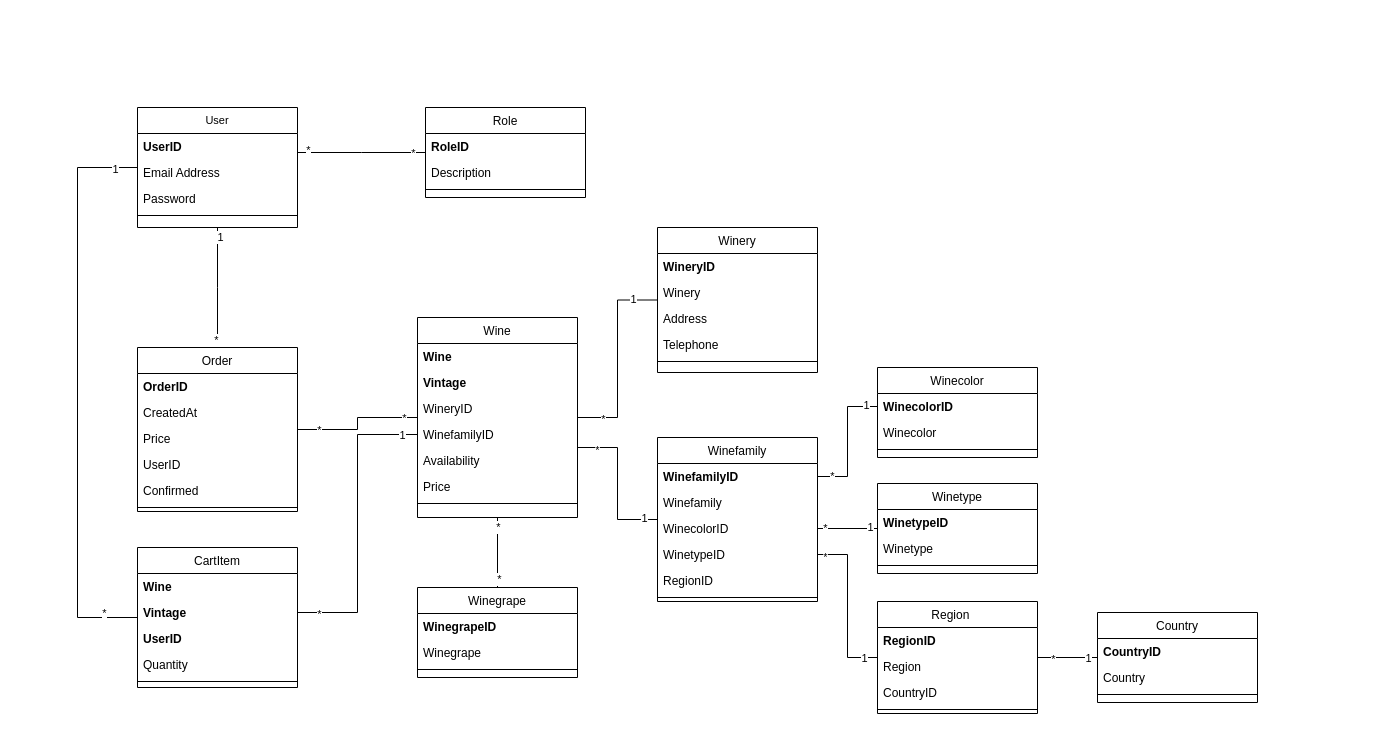
This is Docs/Requirements Analysis/Diagrams/Class Diagrams/Winer.ClassDiagram.drawio from Gprisco/winer-unisa, a draw.io file, before an edit. Source tidied: cells renumbered, new cells numbered last; positions are measured from the earlier drawing's top-left corner, leaving out a move shared by most shapes. Both pictures are drawn from the tidied source at 100%, with x=0, y=0 at pixel (77, 107).
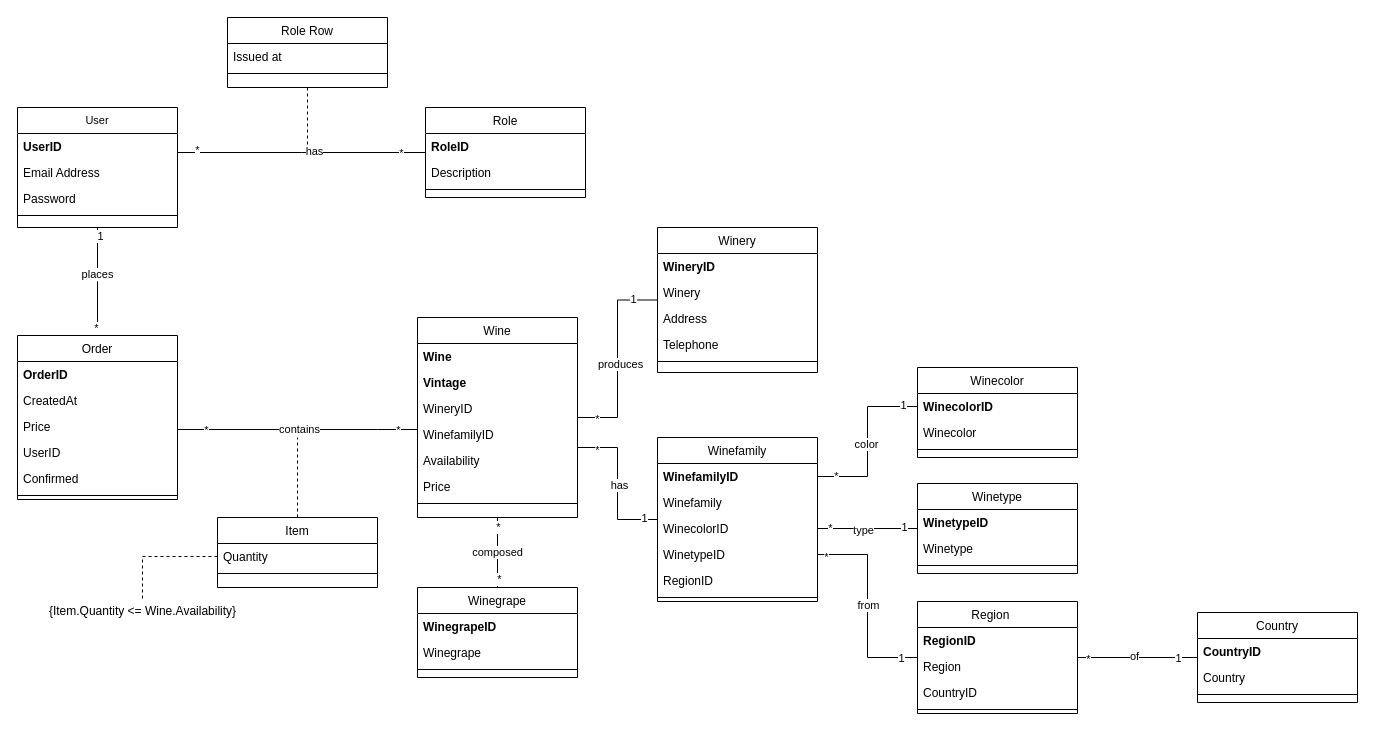
The same page after the edit.

Unchanged cells that the change refers to:
```xml
<mxCell id="27" style="endArrow=none;shadow=0;strokeWidth=1;rounded=0;endFill=0;edgeStyle=elbowEdgeStyle;elbow=vertical;" parent="1" edge="1" source="5" target="23">
  <mxGeometry x="0.5" y="41" relative="1" as="geometry">
    <mxPoint x="-40" y="32" as="offset" />
  </mxGeometry>
</mxCell>
<mxCell id="30" style="edgeStyle=orthogonalEdgeStyle;rounded=0;jettySize=auto;html=1;fontSize=11;endArrow=none;endFill=0;" parent="1" edge="1" source="39" target="47">
  <mxGeometry relative="1" as="geometry" />
</mxCell>
<mxCell id="33" style="edgeStyle=orthogonalEdgeStyle;rounded=0;jettySize=auto;html=1;fontSize=11;endArrow=none;endFill=0;" parent="1" edge="1" source="39" target="53">
  <mxGeometry relative="1" as="geometry">
    <Array as="points">
      <mxPoint x="540" y="340" />
      <mxPoint x="540" y="412" />
    </Array>
  </mxGeometry>
</mxCell>
<mxCell id="36" style="edgeStyle=orthogonalEdgeStyle;rounded=0;jettySize=auto;html=1;fontSize=11;endArrow=none;endFill=0;" parent="1" edge="1" source="39" target="60">
  <mxGeometry relative="1" as="geometry" />
</mxCell>
<mxCell id="39" value="Wine" style="swimlane;fontStyle=0;align=center;verticalAlign=top;horizontal=1;startSize=26;rounded=0;shadow=0;strokeWidth=1;" parent="1" vertex="1">
  <mxGeometry x="340" y="210" width="160" height="200" as="geometry" />
</mxCell>
<mxCell id="43" value="WinefamilyID" style="text;align=left;verticalAlign=top;spacingLeft=4;spacingRight=4;overflow=hidden;points=[[0,0.5],[1,0.5]];portConstraint=eastwest;rounded=0;shadow=0;html=0;" parent="39" vertex="1">
  <mxGeometry y="104" width="160" height="26" as="geometry" />
</mxCell>
<mxCell id="72" style="edgeStyle=orthogonalEdgeStyle;rounded=0;jettySize=auto;html=1;fontSize=11;endArrow=none;endFill=0;" parent="1" edge="1" source="75" target="89">
  <mxGeometry relative="1" as="geometry" />
</mxCell>
<mxCell id="80" style="edgeStyle=orthogonalEdgeStyle;rounded=0;jettySize=auto;html=1;fontSize=11;endArrow=none;endFill=0;entryX=0;entryY=0.5;entryDx=0;entryDy=0;exitX=1;exitY=0.5;exitDx=0;exitDy=0;" parent="1" edge="1" source="54" target="65">
  <mxGeometry relative="1" as="geometry" />
</mxCell>
<mxCell id="83" style="edgeStyle=orthogonalEdgeStyle;rounded=0;jettySize=auto;html=1;fontSize=11;endArrow=none;endFill=0;" parent="1" edge="1" source="56" target="68">
  <mxGeometry relative="1" as="geometry" />
</mxCell>
<mxCell id="86" style="edgeStyle=orthogonalEdgeStyle;rounded=0;jettySize=auto;html=1;entryX=0;entryY=0.5;entryDx=0;entryDy=0;fontSize=11;endArrow=none;endFill=0;" parent="1" edge="1" source="57" target="75">
  <mxGeometry relative="1" as="geometry" />
</mxCell>
```

The edit, as a diff of the source:
```diff
@@
-    <mxCell id="2" style="edgeStyle=orthogonalEdgeStyle;rounded=0;jettySize=auto;html=1;entryX=0;entryY=0.5;entryDx=0;entryDy=0;endArrow=none;endFill=0;" parent="1" edge="1" source="5" target="93">
-      <mxGeometry relative="1" as="geometry">
-        <Array as="points">
-          <mxPoint y="60" />
-          <mxPoint y="510" />
-        </Array>
-      </mxGeometry>
-    </mxCell>
-    <mxCell id="3" value="1" style="edgeLabel;html=1;align=center;verticalAlign=middle;" parent="2" vertex="1">
-      <mxGeometry x="-0.92" y="1" relative="1" as="geometry" />
-    </mxCell>
-    <mxCell id="4" value="*" style="edgeLabel;html=1;align=center;verticalAlign=middle;" parent="2" vertex="1">
-      <mxGeometry x="0.88" y="5" relative="1" as="geometry" />
-    </mxCell>
     <mxCell id="5" value="User" style="swimlane;fontStyle=0;align=center;verticalAlign=top;horizontal=1;startSize=26;rounded=0;shadow=0;strokeWidth=1;fontSize=11;" parent="1" vertex="1">
-      <mxGeometry x="60" width="160" height="120" as="geometry" />
+      <mxGeometry x="-60" width="160" height="120" as="geometry" />
     </mxCell>
@@
     <mxCell id="10" style="edgeStyle=orthogonalEdgeStyle;rounded=0;jettySize=auto;html=1;fontSize=11;endArrow=none;endFill=0;" parent="1" edge="1" source="13" target="39">
-      <mxGeometry relative="1" as="geometry" />
+      <mxGeometry relative="1" as="geometry">
+        <Array as="points">
+          <mxPoint x="300" y="322" />
+          <mxPoint x="300" y="322" />
+        </Array>
+      </mxGeometry>
     </mxCell>
@@
+    <mxCell id="102" value="contains" style="edgeLabel;html=1;align=center;verticalAlign=middle;" parent="10" vertex="1">
+      <mxGeometry x="0.23" y="1" relative="1" as="geometry">
+        <mxPoint x="-27" as="offset" />
+      </mxGeometry>
+    </mxCell>
     <mxCell id="13" value="Order" style="swimlane;fontStyle=0;align=center;verticalAlign=top;horizontal=1;startSize=26;rounded=0;shadow=0;strokeWidth=1;" parent="1" vertex="1">
-      <mxGeometry x="60" y="240" width="160" height="164" as="geometry" />
+      <mxGeometry x="-60" y="228" width="160" height="164" as="geometry" />
     </mxCell>
@@
-    <mxCell id="20" style="endArrow=none;endSize=10;endFill=0;shadow=0;strokeWidth=1;rounded=0;edgeStyle=elbowEdgeStyle;elbow=vertical;" parent="1" edge="1" source="13" target="5">
+    <mxCell id="20" style="endArrow=none;endSize=10;endFill=0;shadow=0;strokeWidth=1;rounded=0;edgeStyle=elbowEdgeStyle;elbow=horizontal;" parent="1" edge="1" source="13" target="5">
       <mxGeometry relative="1" as="geometry" />
     </mxCell>
@@
+    <mxCell id="103" value="places" style="edgeLabel;html=1;align=center;verticalAlign=middle;" parent="20" vertex="1">
+      <mxGeometry x="0.15" y="1" relative="1" as="geometry" />
+    </mxCell>
@@
+    <mxCell id="104" value="has" style="edgeLabel;html=1;align=center;verticalAlign=middle;" parent="27" vertex="1">
+      <mxGeometry x="0.27" y="2" relative="1" as="geometry">
+        <mxPoint x="-21" as="offset" />
+      </mxGeometry>
+    </mxCell>
@@
     <mxCell id="31" value="*" style="edgeLabel;html=1;align=center;verticalAlign=middle;fontSize=11;" parent="30" vertex="1">
-      <mxGeometry x="-0.75" y="-1" relative="1" as="geometry" />
+      <mxGeometry x="-0.75" y="-1" relative="1" as="geometry">
+        <mxPoint x="-6" as="offset" />
+      </mxGeometry>
     </mxCell>
@@
+    <mxCell id="105" value="produces" style="edgeLabel;html=1;align=center;verticalAlign=middle;" parent="30" vertex="1">
+      <mxGeometry x="-0.05" y="-2" relative="1" as="geometry" />
+    </mxCell>
@@
+    <mxCell id="106" value="has" style="edgeLabel;html=1;align=center;verticalAlign=middle;" parent="33" vertex="1">
+      <mxGeometry x="0.01" y="1" relative="1" as="geometry" />
+    </mxCell>
@@
+    <mxCell id="107" value="composed" style="edgeLabel;html=1;align=center;verticalAlign=middle;" parent="36" vertex="1">
+      <mxGeometry x="-0.03" y="-1" relative="1" as="geometry" />
+    </mxCell>
@@
     <mxCell id="64" value="Winecolor" style="swimlane;fontStyle=0;align=center;verticalAlign=top;horizontal=1;startSize=26;rounded=0;shadow=0;strokeWidth=1;" parent="1" vertex="1">
-      <mxGeometry x="800" y="260" width="160" height="90" as="geometry" />
+      <mxGeometry x="840" y="260" width="160" height="90" as="geometry" />
     </mxCell>
@@
     <mxCell id="68" value="Winetype" style="swimlane;fontStyle=0;align=center;verticalAlign=top;horizontal=1;startSize=26;rounded=0;shadow=0;strokeWidth=1;" parent="1" vertex="1">
-      <mxGeometry x="800" y="376" width="160" height="90" as="geometry" />
+      <mxGeometry x="840" y="376" width="160" height="90" as="geometry" />
     </mxCell>
@@
     <mxCell id="73" value="*" style="edgeLabel;html=1;align=center;verticalAlign=middle;fontSize=11;" parent="72" vertex="1">
-      <mxGeometry x="-0.5" y="-1" relative="1" as="geometry" />
+      <mxGeometry x="-0.5" y="-1" relative="1" as="geometry">
+        <mxPoint x="-20" as="offset" />
+      </mxGeometry>
     </mxCell>
@@
+    <mxCell id="108" value="of" style="edgeLabel;html=1;align=center;verticalAlign=middle;" parent="72" vertex="1">
+      <mxGeometry x="-0.06" y="2" relative="1" as="geometry" />
+    </mxCell>
     <mxCell id="75" value="Region    " style="swimlane;fontStyle=0;align=center;verticalAlign=top;horizontal=1;startSize=26;rounded=0;shadow=0;strokeWidth=1;" parent="1" vertex="1">
-      <mxGeometry x="800" y="494" width="160" height="112" as="geometry" />
+      <mxGeometry x="840" y="494" width="160" height="112" as="geometry" />
     </mxCell>
@@
+    <mxCell id="109" value="color" style="edgeLabel;html=1;align=center;verticalAlign=middle;" parent="80" vertex="1">
+      <mxGeometry x="-0.02" y="2" relative="1" as="geometry" />
+    </mxCell>
@@
+    <mxCell id="110" value="type" style="edgeLabel;html=1;align=center;verticalAlign=middle;" parent="83" vertex="1">
+      <mxGeometry x="-0.1" y="-1" relative="1" as="geometry" />
+    </mxCell>
@@
+    <mxCell id="111" value="from" style="edgeLabel;html=1;align=center;verticalAlign=middle;" parent="86" vertex="1">
+      <mxGeometry x="-0.01" relative="1" as="geometry" />
+    </mxCell>
     <mxCell id="89" value="Country" style="swimlane;fontStyle=0;align=center;verticalAlign=top;horizontal=1;startSize=26;rounded=0;shadow=0;strokeWidth=1;" parent="1" vertex="1">
-      <mxGeometry x="1020" y="505" width="160" height="90" as="geometry" />
+      <mxGeometry x="1120" y="505" width="160" height="90" as="geometry" />
     </mxCell>
@@
-    <mxCell id="93" value="CartItem" style="swimlane;fontStyle=0;align=center;verticalAlign=top;horizontal=1;startSize=26;rounded=0;shadow=0;strokeWidth=1;" parent="1" vertex="1">
-      <mxGeometry x="60" y="440" width="160" height="140" as="geometry" />
-    </mxCell>
-    <mxCell id="94" value="Wine" style="text;align=left;verticalAlign=top;spacingLeft=4;spacingRight=4;overflow=hidden;fontStyle=1;" parent="93" vertex="1">
-      <mxGeometry y="26" width="160" height="26" as="geometry" />
-    </mxCell>
-    <mxCell id="95" value="Vintage" style="text;align=left;verticalAlign=top;spacingLeft=4;spacingRight=4;overflow=hidden;points=[[0,0.5],[1,0.5]];portConstraint=eastwest;rounded=0;shadow=0;html=0;fontStyle=1;" parent="93" vertex="1">
-      <mxGeometry y="52" width="160" height="26" as="geometry" />
-    </mxCell>
-    <mxCell id="96" value="UserID" style="text;align=left;verticalAlign=top;spacingLeft=4;spacingRight=4;overflow=hidden;rounded=0;shadow=0;html=0;fontStyle=1;" parent="93" vertex="1">
-      <mxGeometry y="78" width="160" height="26" as="geometry" />
-    </mxCell>
+    <mxCell id="112" style="edgeStyle=orthogonalEdgeStyle;rounded=0;jettySize=auto;html=1;endArrow=none;endFill=0;dashed=1;" parent="1" edge="1" source="113">
+      <mxGeometry relative="1" as="geometry">
+        <mxPoint x="230" y="40" as="targetPoint" />
+        <Array as="points">
+          <mxPoint x="230" y="40" />
+        </Array>
+      </mxGeometry>
+    </mxCell>
+    <mxCell id="113" value="Role Row" style="swimlane;fontStyle=0;align=center;verticalAlign=top;horizontal=1;startSize=26;rounded=0;shadow=0;strokeWidth=1;" parent="1" vertex="1">
+      <mxGeometry x="150" y="-90" width="160" height="70" as="geometry" />
+    </mxCell>
+    <mxCell id="114" value="Issued at" style="text;align=left;verticalAlign=top;spacingLeft=4;spacingRight=4;overflow=hidden;fontStyle=0;" parent="113" vertex="1">
+      <mxGeometry y="26" width="160" height="26" as="geometry" />
+    </mxCell>
+    <mxCell id="115" style="line;html=1;strokeWidth=1;align=left;verticalAlign=middle;spacingTop=-1;spacingLeft=3;spacingRight=3;labelPosition=right;" parent="113" vertex="1">
+      <mxGeometry y="52" width="160" height="8" as="geometry" />
+    </mxCell>
+    <mxCell id="116" style="edgeStyle=orthogonalEdgeStyle;rounded=0;jettySize=auto;html=1;dashed=1;endArrow=none;endFill=0;" parent="1" edge="1" source="117">
+      <mxGeometry relative="1" as="geometry">
+        <mxPoint x="220" y="330" as="targetPoint" />
+      </mxGeometry>
+    </mxCell>
+    <mxCell id="117" value="Item" style="swimlane;fontStyle=0;align=center;verticalAlign=top;horizontal=1;startSize=26;rounded=0;shadow=0;strokeWidth=1;" parent="1" vertex="1">
+      <mxGeometry x="140" y="410" width="160" height="70" as="geometry" />
+    </mxCell>
-    <mxCell id="97" value="Quantity" style="text;align=left;verticalAlign=top;spacingLeft=4;spacingRight=4;overflow=hidden;points=[[0,0.5],[1,0.5]];portConstraint=eastwest;rounded=0;shadow=0;html=0;fontStyle=0;" parent="93" vertex="1">
-      <mxGeometry y="104" width="160" height="26" as="geometry" />
+    <mxCell id="97" value="Quantity" style="text;align=left;verticalAlign=top;spacingLeft=4;spacingRight=4;overflow=hidden;points=[[0,0.5],[1,0.5]];portConstraint=eastwest;fontStyle=0;" parent="117" vertex="1">
+      <mxGeometry y="26" width="160" height="26" as="geometry" />
     </mxCell>
-    <mxCell id="98" style="line;html=1;strokeWidth=1;align=left;verticalAlign=middle;spacingTop=-1;spacingLeft=3;spacingRight=3;labelPosition=right;" parent="93" vertex="1">
-      <mxGeometry y="130" width="160" height="8" as="geometry" />
-    </mxCell>
-    <mxCell id="99" style="edgeStyle=orthogonalEdgeStyle;rounded=0;jettySize=auto;html=1;endArrow=none;endFill=0;entryX=1;entryY=0.5;entryDx=0;entryDy=0;" parent="1" edge="1" source="43" target="95">
-      <mxGeometry relative="1" as="geometry" />
-    </mxCell>
-    <mxCell id="100" value="1" style="edgeLabel;html=1;align=center;verticalAlign=middle;" parent="99" vertex="1">
-      <mxGeometry x="-0.89" relative="1" as="geometry" />
-    </mxCell>
-    <mxCell id="101" value="*" style="edgeLabel;html=1;align=center;verticalAlign=middle;" parent="99" vertex="1">
-      <mxGeometry x="0.86" y="1" relative="1" as="geometry" />
-    </mxCell>
+    <mxCell id="118" style="line;html=1;strokeWidth=1;align=left;verticalAlign=middle;spacingTop=-1;spacingLeft=3;spacingRight=3;labelPosition=right;" parent="117" vertex="1">
+      <mxGeometry y="52" width="160" height="8" as="geometry" />
+    </mxCell>
+    <mxCell id="119" value="{Item.Quantity &amp;lt;= Wine.Availability}" style="text;html=1;align=center;verticalAlign=middle;points=[];strokeColor=none;fillColor=none;" parent="1" vertex="1">
+      <mxGeometry x="-35" y="494" width="200" height="20" as="geometry" />
+    </mxCell>
+    <mxCell id="120" style="edgeStyle=orthogonalEdgeStyle;rounded=0;jettySize=auto;html=1;dashed=1;endArrow=none;endFill=0;" parent="1" edge="1" source="97" target="119">
+      <mxGeometry relative="1" as="geometry" />
+    </mxCell>
```
